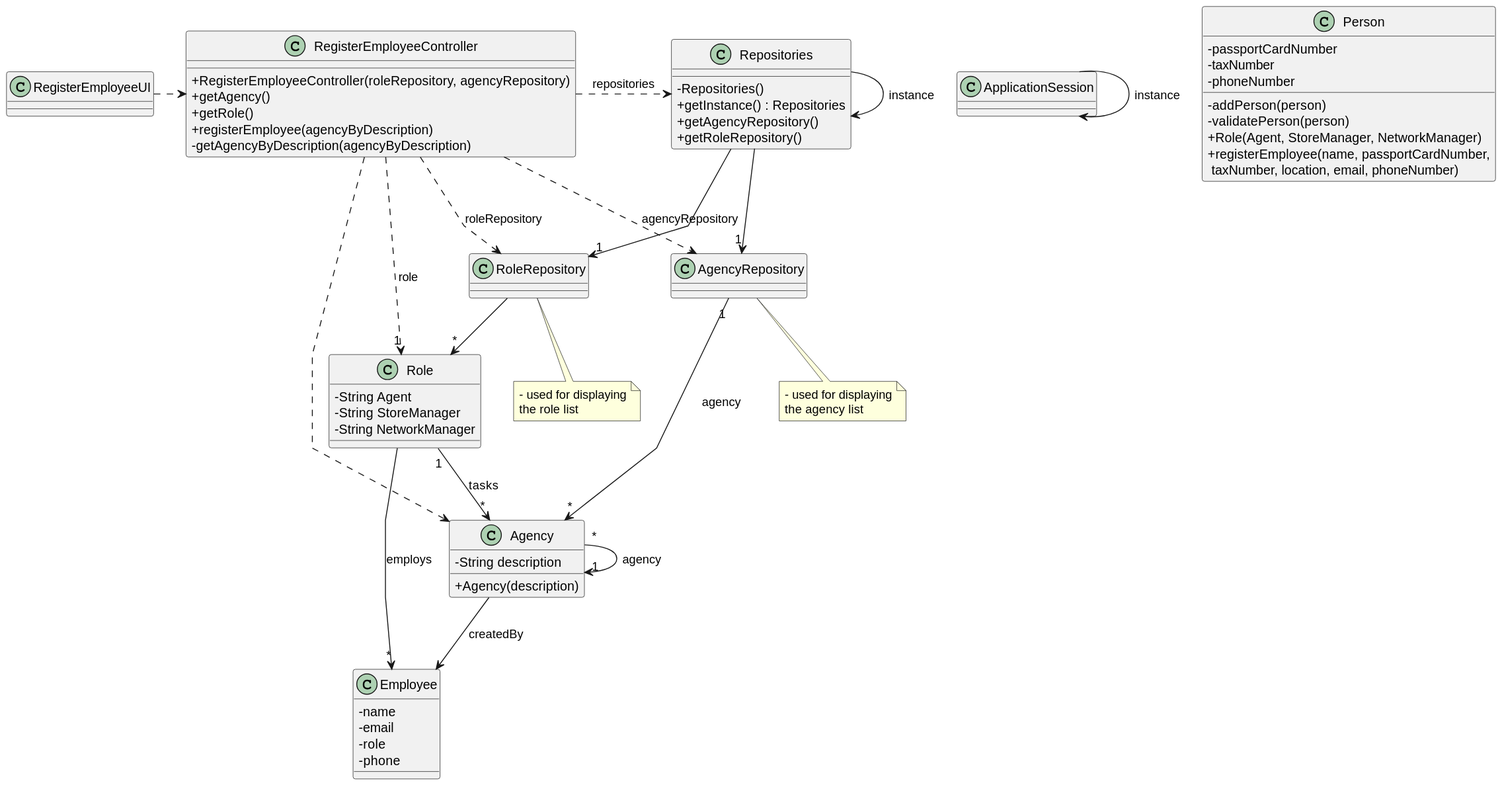
Before: docs/sprintB/us003/03.design/svg/us003-class-diagram.svg, a diagram exported from PlantUML (rita-barbosa/LAPR2-2223). The source it was exported from:
```plantuml
@startuml
skinparam packageStyle rectangle
skinparam shadowing false
skinparam linetype polyline

skinparam classAttributeIconSize 0



class Employee {
    - name
    - email
    - role
    - phone
}

class Person {
 - passportCardNumber
 - taxNumber
 - phoneNumber

  - addPerson(person)
     - validatePerson(person)
     + Role(Agent, StoreManager, NetworkManager)
     + registerEmployee(name, passportCardNumber,\n taxNumber, location, email, phoneNumber)

}


class Agency {
    - String description

    + Agency(description)
}

class Role {
    - String Agent
    - String StoreManager
    - String NetworkManager
}

class AgencyRepository {
}

class RoleRepository{
}


class Repositories {
    - Repositories()
    + getInstance() : Repositories
    + getAgencyRepository()
    + getRoleRepository()
}

class RegisterEmployeeController {
    + RegisterEmployeeController(roleRepository, agencyRepository)
    + getAgency()
    + getRole()
    + registerEmployee(agencyByDescription)
    - getAgencyByDescription(agencyByDescription)

}



note bottom of AgencyRepository
    - used for displaying
    the agency list
end note

note bottom of RoleRepository
 - used for displaying
 the role list
end note

class RegisterEmployeeUI {
}

Repositories -> Repositories : instance
ApplicationSession -> ApplicationSession : instance

RegisterEmployeeUI .> RegisterEmployeeController

RegisterEmployeeController .> Repositories : repositories

Repositories -> "1" AgencyRepository

RegisterEmployeeController ..> Agency
RegisterEmployeeController ..> RoleRepository : roleRepository
RegisterEmployeeController ..> AgencyRepository : agencyRepository

Repositories --> "1" RoleRepository

RoleRepository --> "*" Role

RegisterEmployeeController ..> "1" Role : role
Agency "*" --> "1" Agency : agency
AgencyRepository "1" --> "*" Agency : agency
Role "1" --> "*" Agency : tasks
Agency --> Employee : createdBy

Role --> "*" Employee : employs
@enduml
```
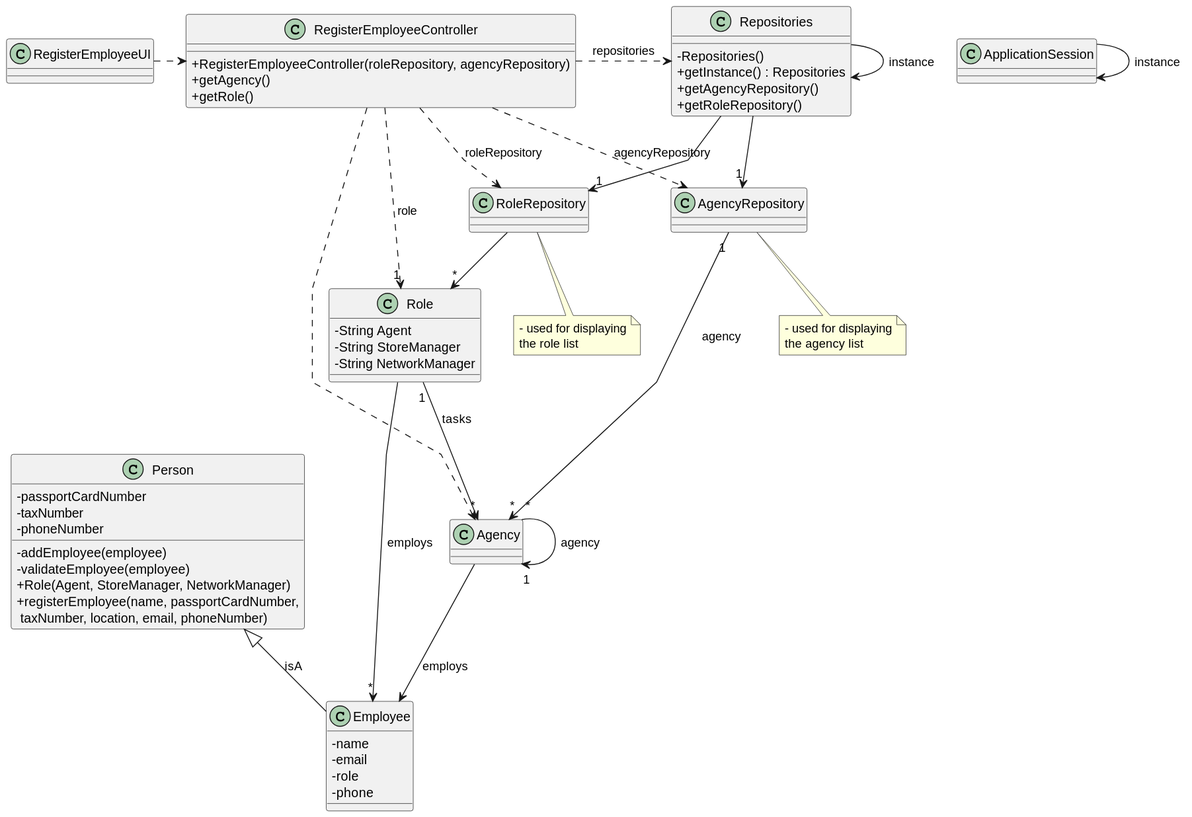
The same diagram one commit later.

Commit message:
Update Class Diagramas [US03][Design]

Diff of the diagram source:
```diff
@@ -19,8 +19,8 @@
  - taxNumber
  - phoneNumber
 
-  - addPerson(person)
-     - validatePerson(person)
+  - addEmployee(employee)
+     - validateEmployee(employee)
      + Role(Agent, StoreManager, NetworkManager)
      + registerEmployee(name, passportCardNumber,\n taxNumber, location, email, phoneNumber)
 
@@ -28,9 +28,7 @@
 
 
 class Agency {
-    - String description
 
-    + Agency(description)
 }
 
 class Role {
@@ -57,9 +55,6 @@
     + RegisterEmployeeController(roleRepository, agencyRepository)
     + getAgency()
     + getRole()
-    + registerEmployee(agencyByDescription)
-    - getAgencyByDescription(agencyByDescription)
-
 }
 
 
@@ -98,7 +93,9 @@
 Agency "*" --> "1" Agency : agency
 AgencyRepository "1" --> "*" Agency : agency
 Role "1" --> "*" Agency : tasks
-Agency --> Employee : createdBy
+Agency --> Employee : employs
 
 Role --> "*" Employee : employs
+
+Person  <|-- Employee : isA
 @enduml
```
